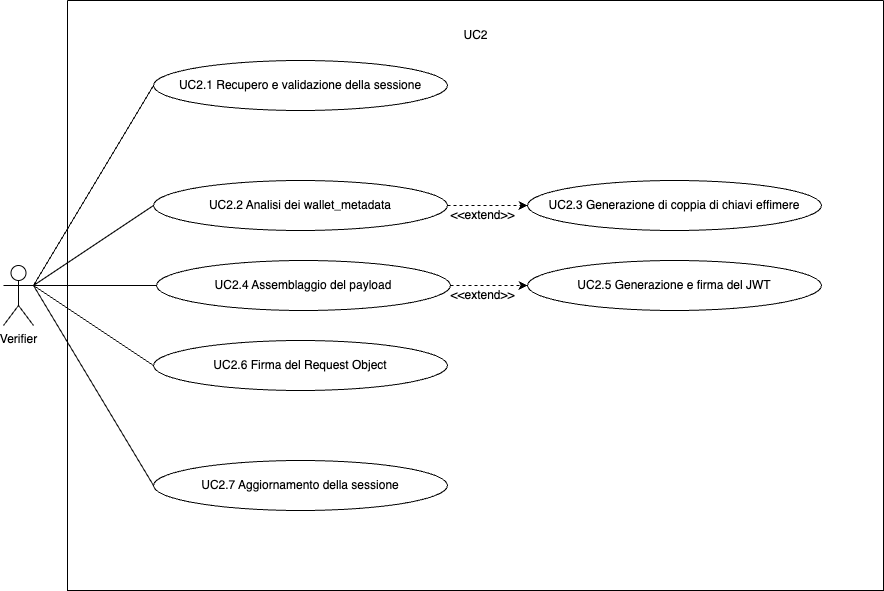
Above: immagini/usecase/UC2.png in andreamasiero1/Tesi (draw.io), before the change. Source tidied: cells renumbered, new cells last; positions are measured from the earlier drawing's top-left corner, leaving out a move shared by most shapes.
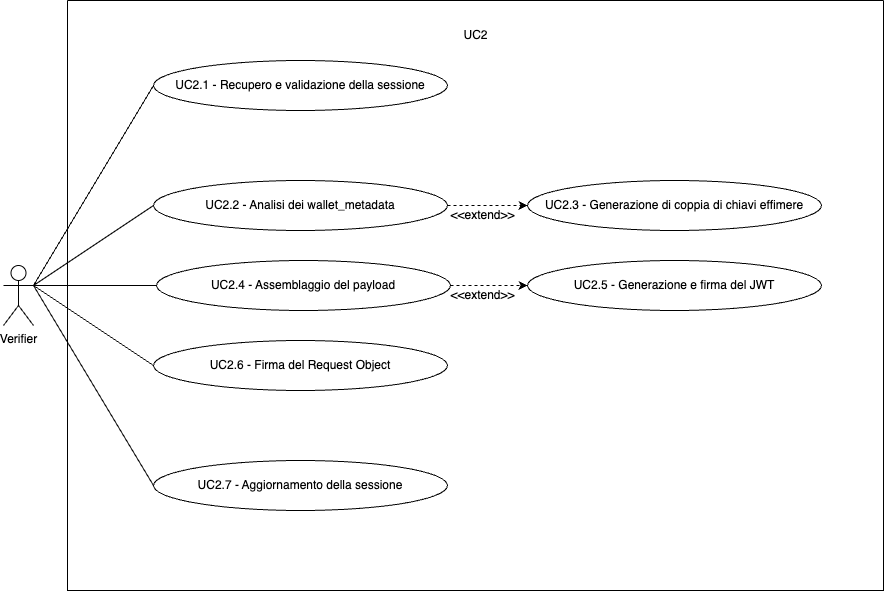
After the commit.

The edit, as a diff of the source:
```diff
@@ -11,31 +11,31 @@
     <mxCell id="4" value="UC2" style="text;html=1;align=center;verticalAlign=middle;strokeColor=none;fillColor=none;" parent="3" vertex="1">
       <mxGeometry x="383" y="20" width="50" height="30" as="geometry" />
     </mxCell>
-    <mxCell id="5" value="UC2.1 Recupero e validazione della sessione" style="ellipse;whiteSpace=wrap;html=1;" parent="3" vertex="1">
+    <mxCell id="5" value="UC2.1 - Recupero e validazione della sessione" style="ellipse;whiteSpace=wrap;html=1;" parent="3" vertex="1">
       <mxGeometry x="86" y="60" width="294" height="50" as="geometry" />
     </mxCell>
     <mxCell id="6" style="edgeStyle=orthogonalEdgeStyle;rounded=0;jettySize=auto;html=1;dashed=1;" parent="3" edge="1" source="7" target="8">
       <mxGeometry relative="1" as="geometry" />
     </mxCell>
-    <mxCell id="7" value="UC2.2 Analisi dei wallet_metadata" style="ellipse;whiteSpace=wrap;html=1;" parent="3" vertex="1">
+    <mxCell id="7" value="UC2.2 - Analisi dei wallet_metadata" style="ellipse;whiteSpace=wrap;html=1;" parent="3" vertex="1">
       <mxGeometry x="86" y="180" width="294" height="50" as="geometry" />
     </mxCell>
-    <mxCell id="8" value="UC2.3 Generazione di coppia di chiavi effimere" style="ellipse;whiteSpace=wrap;html=1;" parent="3" vertex="1">
+    <mxCell id="8" value="UC2.3 - Generazione di coppia di chiavi effimere" style="ellipse;whiteSpace=wrap;html=1;" parent="3" vertex="1">
       <mxGeometry x="460" y="180" width="294" height="50" as="geometry" />
     </mxCell>
     <mxCell id="9" style="edgeStyle=orthogonalEdgeStyle;rounded=0;jettySize=auto;html=1;dashed=1;" parent="3" edge="1" source="10" target="11">
       <mxGeometry relative="1" as="geometry" />
     </mxCell>
-    <mxCell id="10" value="UC2.4 Assemblaggio del payload" style="ellipse;whiteSpace=wrap;html=1;" parent="3" vertex="1">
+    <mxCell id="10" value="UC2.4 - Assemblaggio del payload" style="ellipse;whiteSpace=wrap;html=1;" parent="3" vertex="1">
       <mxGeometry x="89" y="260" width="294" height="50" as="geometry" />
     </mxCell>
-    <mxCell id="11" value="UC2.5 Generazione e firma del JWT" style="ellipse;whiteSpace=wrap;html=1;" parent="3" vertex="1">
+    <mxCell id="11" value="UC2.5 - Generazione e firma del JWT" style="ellipse;whiteSpace=wrap;html=1;" parent="3" vertex="1">
       <mxGeometry x="460" y="260" width="294" height="50" as="geometry" />
     </mxCell>
-    <mxCell id="12" value="UC2.6 Firma del Request Object" style="ellipse;whiteSpace=wrap;html=1;" parent="3" vertex="1">
+    <mxCell id="12" value="UC2.6 - Firma del Request Object" style="ellipse;whiteSpace=wrap;html=1;" parent="3" vertex="1">
       <mxGeometry x="86" y="340" width="294" height="50" as="geometry" />
     </mxCell>
-    <mxCell id="13" value="UC2.7 Aggiornamento della sessione" style="ellipse;whiteSpace=wrap;html=1;" parent="3" vertex="1">
+    <mxCell id="13" value="UC2.7 - Aggiornamento della sessione" style="ellipse;whiteSpace=wrap;html=1;" parent="3" vertex="1">
       <mxGeometry x="86" y="460" width="294" height="50" as="geometry" />
     </mxCell>
     <mxCell id="14" value="&amp;lt;&amp;lt;extend&amp;gt;&amp;gt;" style="text;html=1;align=center;verticalAlign=middle;strokeColor=none;fillColor=none;" parent="3" vertex="1">
```
